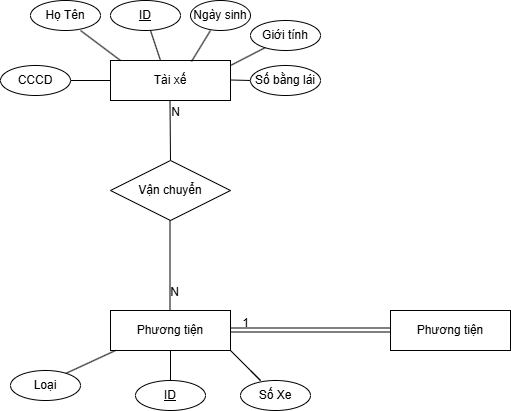
Before: Biểu đồ không có tiêu đề.drawio.png, a diagram exported from draw.io (Dungnony/08-03). Source tidied: cells renumbered, new cells last; positions are measured from the earlier drawing's top-left corner, leaving out a move shared by most shapes.
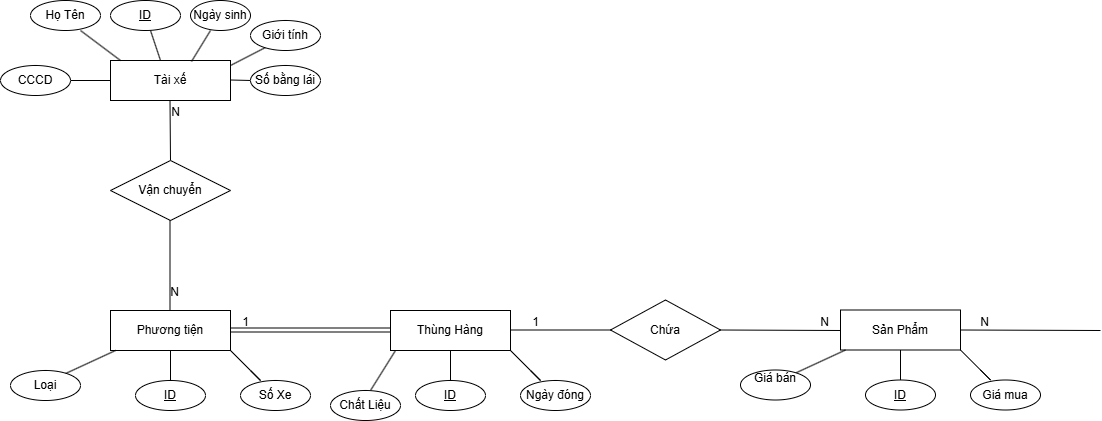
Later version of the same file.

Commit message:
Cập nhật Biểu đồ không có tiêu đề.drawio.png

The edit, as a diff of the source:
```diff
@@ -118,11 +118,110 @@
     </mxCell>
     <mxCell id="28" value="1" style="html=1;whiteSpace=wrap;align=right;verticalAlign=bottom;" parent="27" vertex="1">
       <mxGeometry x="1" relative="1" as="geometry">
-        <mxPoint x="-140" y="1" as="offset" />
+        <mxPoint x="-140" as="offset" />
       </mxGeometry>
     </mxCell>
-    <mxCell id="29" value="Phương tiện" style="rounded=0;whiteSpace=wrap;html=1;" parent="1" vertex="1">
-      <mxGeometry x="390" y="310" width="120" height="40" as="geometry" />
-    </mxCell>
+    <mxCell id="30" style="html=1;whiteSpace=wrap;align=right;verticalAlign=bottom;" parent="1" vertex="1">
+      <mxGeometry x="459.5" y="300" as="geometry" />
+    </mxCell>
+    <mxCell id="31" value="Thùng Hàng" style="rounded=0;whiteSpace=wrap;html=1;" parent="1" vertex="1">
+      <mxGeometry x="390" y="310" width="120" height="40" as="geometry" />
+    </mxCell>
+    <mxCell id="32" style="endArrow=none;html=1;rounded=0;" parent="1" edge="1">
+      <mxGeometry relative="1" as="geometry">
+        <mxPoint x="370" y="390" as="sourcePoint" />
+        <mxPoint x="395" y="350" as="targetPoint" />
+      </mxGeometry>
+    </mxCell>
+    <mxCell id="33" style="endArrow=none;html=1;rounded=0;entryX=0.5;entryY=1;entryDx=0;entryDy=0;" parent="1" edge="1" target="31">
+      <mxGeometry relative="1" as="geometry">
+        <mxPoint x="450" y="380" as="sourcePoint" />
+      </mxGeometry>
+    </mxCell>
+    <mxCell id="34" value="ID" style="ellipse;whiteSpace=wrap;html=1;align=center;fontStyle=4;" parent="1" vertex="1">
+      <mxGeometry x="415" y="380" width="70" height="30" as="geometry" />
+    </mxCell>
+    <mxCell id="35" style="endArrow=none;html=1;rounded=0;entryX=1;entryY=1;entryDx=0;entryDy=0;" parent="1" edge="1" target="31">
+      <mxGeometry relative="1" as="geometry">
+        <mxPoint x="530" y="370" as="sourcePoint" />
+        <Array as="points">
+          <mxPoint x="540" y="380" />
+          <mxPoint x="530" y="370" />
+        </Array>
+      </mxGeometry>
+    </mxCell>
+    <mxCell id="36" value="Ngày đóng" style="ellipse;whiteSpace=wrap;html=1;align=center;" parent="1" vertex="1">
+      <mxGeometry x="520" y="380" width="70" height="30" as="geometry" />
+    </mxCell>
+    <mxCell id="37" value="Chất Liệu" style="ellipse;whiteSpace=wrap;html=1;align=center;" parent="1" vertex="1">
+      <mxGeometry x="330" y="390" width="70" height="30" as="geometry" />
+    </mxCell>
+    <mxCell id="38" style="endArrow=none;html=1;rounded=0;" parent="1" edge="1" target="40">
+      <mxGeometry relative="1" as="geometry">
+        <mxPoint x="510" y="329.5" as="sourcePoint" />
+      </mxGeometry>
+    </mxCell>
+    <mxCell id="39" value="1" style="html=1;whiteSpace=wrap;align=right;verticalAlign=bottom;" parent="38" vertex="1">
+      <mxGeometry x="1" relative="1" as="geometry">
+        <mxPoint x="-70" as="offset" />
+      </mxGeometry>
+    </mxCell>
+    <mxCell id="40" value="Chứa" style="shape=rhombus;perimeter=rhombusPerimeter;whiteSpace=wrap;html=1;align=center;" parent="1" vertex="1">
+      <mxGeometry x="610" y="299.5" width="110" height="60" as="geometry" />
+    </mxCell>
+    <mxCell id="41" style="endArrow=none;html=1;rounded=0;" parent="1" edge="1">
+      <mxGeometry relative="1" as="geometry">
+        <mxPoint x="720" y="329.5" as="sourcePoint" />
+        <mxPoint x="840" y="330" as="targetPoint" />
+      </mxGeometry>
+    </mxCell>
+    <mxCell id="42" value="N" style="html=1;whiteSpace=wrap;align=right;verticalAlign=bottom;" parent="41" vertex="1">
+      <mxGeometry x="1" relative="1" as="geometry">
+        <mxPoint x="-10" as="offset" />
+      </mxGeometry>
+    </mxCell>
+    <mxCell id="43" value="Sản Phẩm" style="rounded=0;whiteSpace=wrap;html=1;" parent="1" vertex="1">
+      <mxGeometry x="840" y="309.5" width="120" height="40" as="geometry" />
+    </mxCell>
+    <mxCell id="44" style="endArrow=none;html=1;rounded=0;" parent="1" edge="1">
+      <mxGeometry relative="1" as="geometry">
+        <mxPoint x="780" y="379.5" as="sourcePoint" />
+        <mxPoint x="845" y="349.5" as="targetPoint" />
+      </mxGeometry>
+    </mxCell>
+    <mxCell id="45" value="Giá bán&lt;div&gt;&lt;br&gt;&lt;/div&gt;" style="ellipse;whiteSpace=wrap;html=1;align=center;" parent="1" vertex="1">
+      <mxGeometry x="740" y="369.5" width="70" height="30" as="geometry" />
+    </mxCell>
+    <mxCell id="46" style="endArrow=none;html=1;rounded=0;entryX=0.5;entryY=1;entryDx=0;entryDy=0;" parent="1" edge="1" target="43">
+      <mxGeometry relative="1" as="geometry">
+        <mxPoint x="900" y="379.5" as="sourcePoint" />
+      </mxGeometry>
+    </mxCell>
+    <mxCell id="47" value="ID" style="ellipse;whiteSpace=wrap;html=1;align=center;fontStyle=4;" parent="1" vertex="1">
+      <mxGeometry x="865" y="379.5" width="70" height="30" as="geometry" />
+    </mxCell>
+    <mxCell id="48" style="endArrow=none;html=1;rounded=0;entryX=1;entryY=1;entryDx=0;entryDy=0;" parent="1" edge="1" target="43">
+      <mxGeometry relative="1" as="geometry">
+        <mxPoint x="980" y="369.5" as="sourcePoint" />
+        <Array as="points">
+          <mxPoint x="990" y="379.5" />
+          <mxPoint x="980" y="369.5" />
+        </Array>
+      </mxGeometry>
+    </mxCell>
+    <mxCell id="49" value="Giá mua" style="ellipse;whiteSpace=wrap;html=1;align=center;" parent="1" vertex="1">
+      <mxGeometry x="970" y="379.5" width="70" height="30" as="geometry" />
+    </mxCell>
+    <mxCell id="50" style="endArrow=none;html=1;rounded=0;" parent="1" edge="1">
+      <mxGeometry relative="1" as="geometry">
+        <mxPoint x="960" y="329.5" as="sourcePoint" />
+        <mxPoint x="1100" y="330" as="targetPoint" />
+      </mxGeometry>
+    </mxCell>
+    <mxCell id="51" value="N" style="html=1;whiteSpace=wrap;align=right;verticalAlign=bottom;" parent="50" vertex="1">
+      <mxGeometry x="1" relative="1" as="geometry">
+        <mxPoint x="-110" as="offset" />
+      </mxGeometry>
+    </mxCell>
   </root>
 </mxGraphModel>
```
